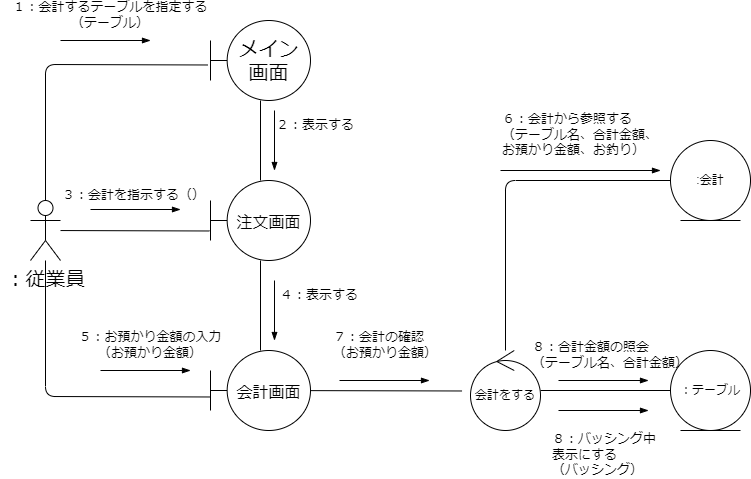
Above: psp4/コミュニケーション図/コミュニケーション図_会計.drawio.png in MasakiHiguchi/--- (draw.io), before the change. Source tidied: cells renumbered, new cells last; positions are measured from the earlier drawing's top-left corner, leaving out a move shared by most shapes.
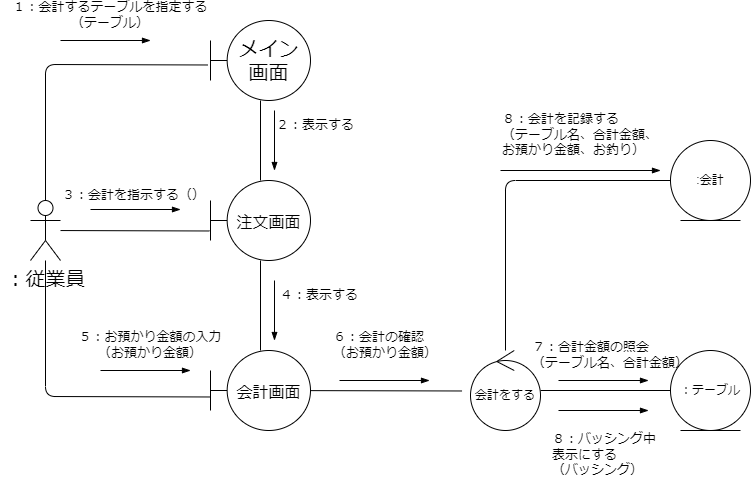
Later version of the same file.

Change to the diagram source:
```diff
@@ -101,7 +101,7 @@
     <mxCell id="25" value="：テーブル" style="ellipse;shape=umlEntity;whiteSpace=wrap;html=1;" parent="1" vertex="1">
       <mxGeometry x="670" y="350" width="80" height="80" as="geometry" />
     </mxCell>
-    <mxCell id="26" value="７：会計の確認（お預かり金額）" style="text;html=1;strokeColor=none;fillColor=none;align=left;verticalAlign=middle;whiteSpace=wrap;rounded=0;hachureGap=4;fontFamily=Architects Daughter;fontSource=https%3A%2F%2Ffonts.googleapis.com%2Fcss%3Ffamily%3DArchitects%2BDaughter;fontSize=13;" parent="1" vertex="1">
+    <mxCell id="26" value="６：会計の確認（お預かり金額）" style="text;html=1;strokeColor=none;fillColor=none;align=left;verticalAlign=middle;whiteSpace=wrap;rounded=0;hachureGap=4;fontFamily=Architects Daughter;fontSource=https%3A%2F%2Ffonts.googleapis.com%2Fcss%3Ffamily%3DArchitects%2BDaughter;fontSize=13;" parent="1" vertex="1">
       <mxGeometry x="331" y="330" width="106" height="30" as="geometry" />
     </mxCell>
     <mxCell id="27" style="endArrow=blockThin;html=1;endFill=1;" parent="1" edge="1">
@@ -110,7 +110,7 @@
         <mxPoint x="429" y="380" as="targetPoint" />
       </mxGeometry>
     </mxCell>
-    <mxCell id="28" value="８：合計金額の照会&lt;br&gt;（テーブル名、合計金額）" style="text;html=1;strokeColor=none;fillColor=none;align=left;verticalAlign=middle;whiteSpace=wrap;rounded=0;hachureGap=4;fontFamily=Architects Daughter;fontSource=https%3A%2F%2Ffonts.googleapis.com%2Fcss%3Ffamily%3DArchitects%2BDaughter;fontSize=13;" parent="1" vertex="1">
+    <mxCell id="28" value="７：合計金額の照会&lt;br&gt;（テーブル名、合計金額）" style="text;html=1;strokeColor=none;fillColor=none;align=left;verticalAlign=middle;whiteSpace=wrap;rounded=0;hachureGap=4;fontFamily=Architects Daughter;fontSource=https%3A%2F%2Ffonts.googleapis.com%2Fcss%3Ffamily%3DArchitects%2BDaughter;fontSize=13;" parent="1" vertex="1">
       <mxGeometry x="530" y="340" width="160" height="30" as="geometry" />
     </mxCell>
     <mxCell id="29" style="endArrow=blockThin;html=1;endFill=1;" parent="1" edge="1">
@@ -128,7 +128,7 @@
         <mxPoint x="660" y="170" as="targetPoint" />
       </mxGeometry>
     </mxCell>
-    <mxCell id="32" value="６：会計から参照する&lt;br&gt;（テーブル名、合計金額、お預かり金額、お釣り）" style="text;html=1;strokeColor=none;fillColor=none;align=left;verticalAlign=middle;whiteSpace=wrap;rounded=0;hachureGap=4;fontFamily=Architects Daughter;fontSource=https%3A%2F%2Ffonts.googleapis.com%2Fcss%3Ffamily%3DArchitects%2BDaughter;fontSize=13;" parent="1" vertex="1">
+    <mxCell id="32" value="８：会計を記録する&lt;br&gt;（テーブル名、合計金額、お預かり金額、お釣り）" style="text;html=1;strokeColor=none;fillColor=none;align=left;verticalAlign=middle;whiteSpace=wrap;rounded=0;hachureGap=4;fontFamily=Architects Daughter;fontSource=https%3A%2F%2Ffonts.googleapis.com%2Fcss%3Ffamily%3DArchitects%2BDaughter;fontSize=13;" parent="1" vertex="1">
       <mxGeometry x="500" y="120" width="170" height="30" as="geometry" />
     </mxCell>
     <mxCell id="33" value="８：バッシング中表示にする&lt;br&gt;（バッシング）" style="text;html=1;strokeColor=none;fillColor=none;align=left;verticalAlign=middle;whiteSpace=wrap;rounded=0;hachureGap=4;fontFamily=Architects Daughter;fontSource=https%3A%2F%2Ffonts.googleapis.com%2Fcss%3Ffamily%3DArchitects%2BDaughter;fontSize=13;" parent="1" vertex="1">
```
